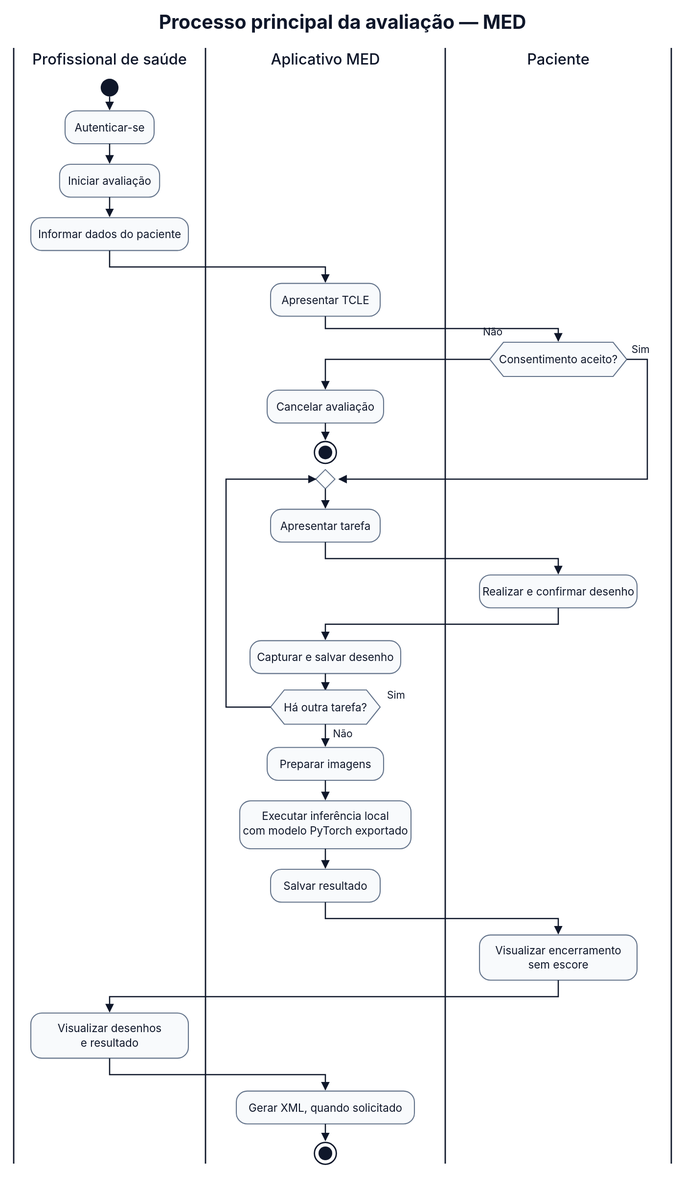
Above: docs/assets/imagens/arquitetura/diagrama-atividades-med.svg in fga-eps-mds/2026.2-UNB-FCTE_UNIEURO_MED-DOCS (PlantUML), before the change. Its source is kept beside it as docs/assets/imagens/arquitetura/diagrama-atividades-med.puml.
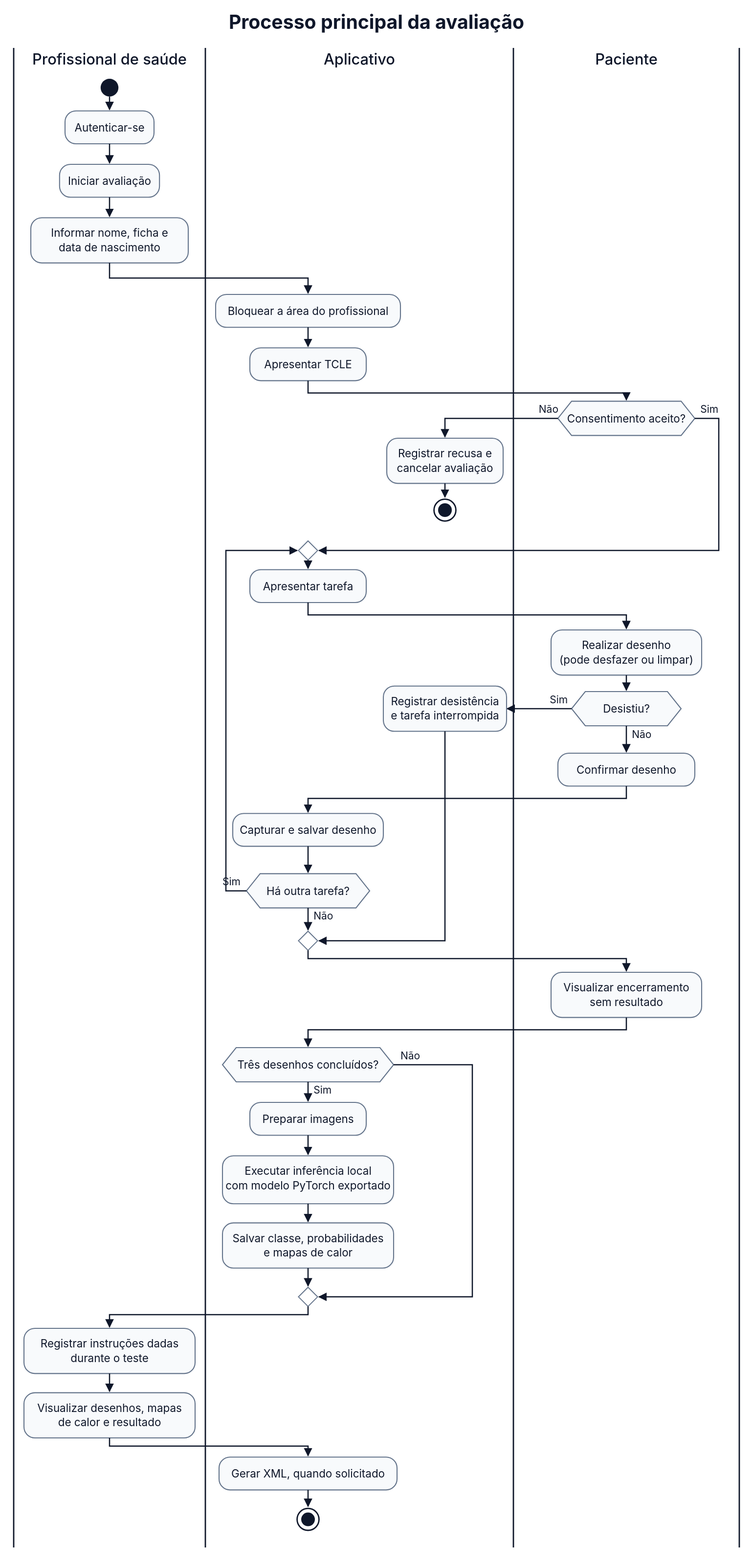
The same file after the commit.

The edit, as a diff of the source:
```diff
@@ -1,5 +1,5 @@
 @startuml
-title Processo principal da avaliação — MED
+title Processo principal da avaliação
 
 skinparam defaultFontSize 13
 skinparam activityFontSize 12
@@ -9,41 +9,59 @@
 start
 :Autenticar-se;
 :Iniciar avaliação;
-:Informar dados do paciente;
+:Informar nome, número da ficha\ne data de nascimento do paciente;
 
-|Aplicativo MED|
+|Aplicativo|
+:Bloquear a área do profissional;
 :Apresentar TCLE;
 
 |Paciente|
 if (Consentimento aceito?) then (Sim)
 else (Não)
-  |Aplicativo MED|
+  |Aplicativo|
+  :Registrar recusa;
   :Cancelar avaliação;
   stop
 endif
 
 repeat
-  |Aplicativo MED|
+  |Aplicativo|
   :Apresentar tarefa;
 
   |Paciente|
-  :Realizar e confirmar desenho;
+  :Realizar desenho;
+  note right
+    Desfazer e limpar
+    ficam registrados
+  end note
+  if (Desistiu?) then (Sim)
+    |Aplicativo|
+    :Registrar desistência\ne tarefa interrompida;
+    break
+  endif
 
-  |Aplicativo MED|
+  |Paciente|
+  :Confirmar desenho;
+
+  |Aplicativo|
   :Capturar e salvar desenho;
 repeat while (Há outra tarefa?) is (Sim) not (Não)
 
-:Preparar imagens;
-:Executar inferência local\ncom modelo PyTorch exportado;
-:Salvar resultado;
+|Paciente|
+:Visualizar encerramento\nsem resultado;
 
-|Paciente|
-:Visualizar encerramento\nsem escore;
+|Aplicativo|
+if (Três desenhos concluídos?) then (Sim)
+  :Preparar imagens;
+  :Executar inferência local\ncom modelo PyTorch exportado;
+  :Salvar classe, probabilidades\ne mapas de calor;
+endif
 
 |Profissional de saúde|
-:Visualizar desenhos\ne resultado;
+:Registrar instruções dadas\ndurante o teste;
+:Visualizar desenhos, mapas de calor\ne resultado;
 
-|Aplicativo MED|
+|Aplicativo|
 :Gerar XML, quando solicitado;
 stop
 @enduml
```
